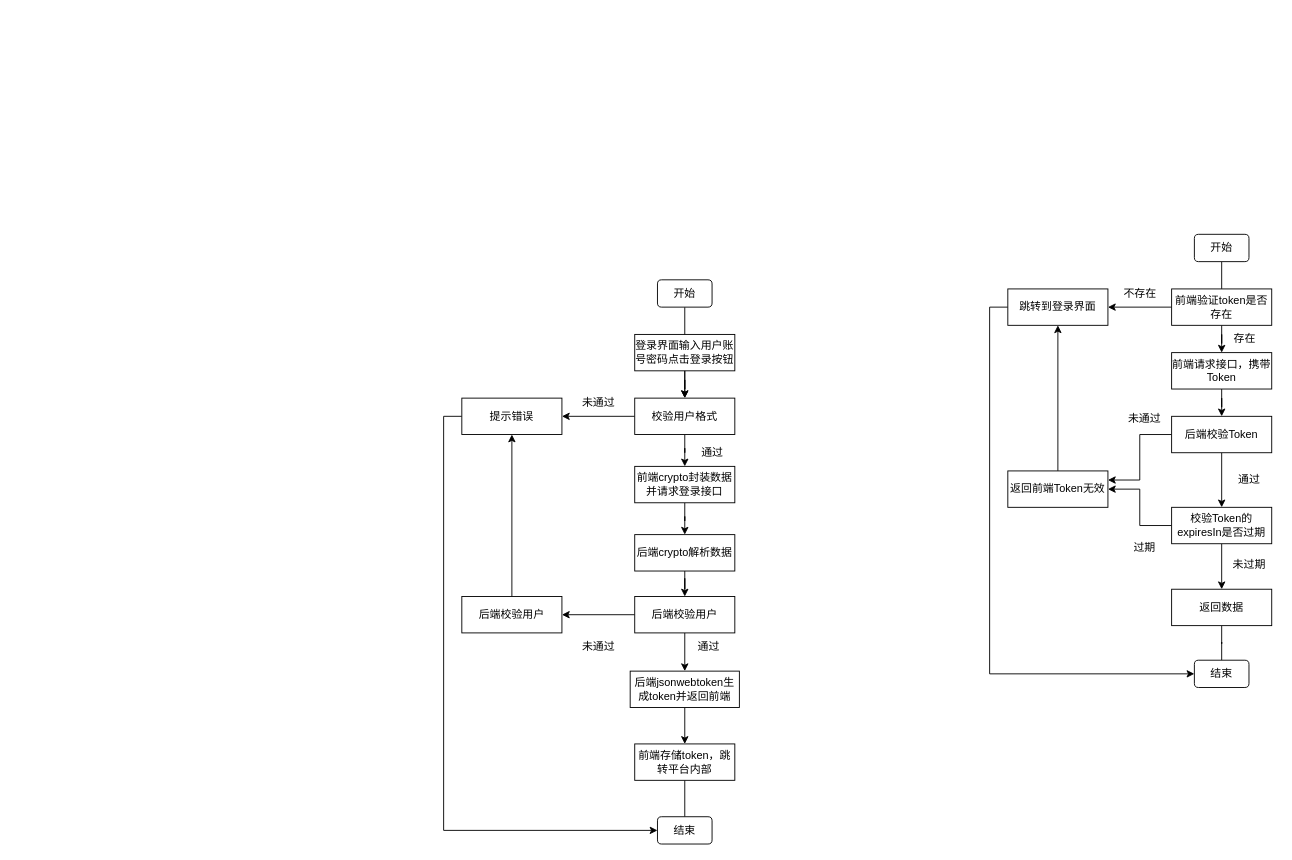
The draw.io diagram 主体管理模块.drawio in yuxinyu12345/diagrams, before the edit. Source tidied: cells renumbered, new cells numbered last; positions are measured from the earlier drawing's top-left corner, leaving out a move shared by most shapes. Both pictures are drawn from the tidied source at 91%, with x=0, y=0 at pixel (461, 234).
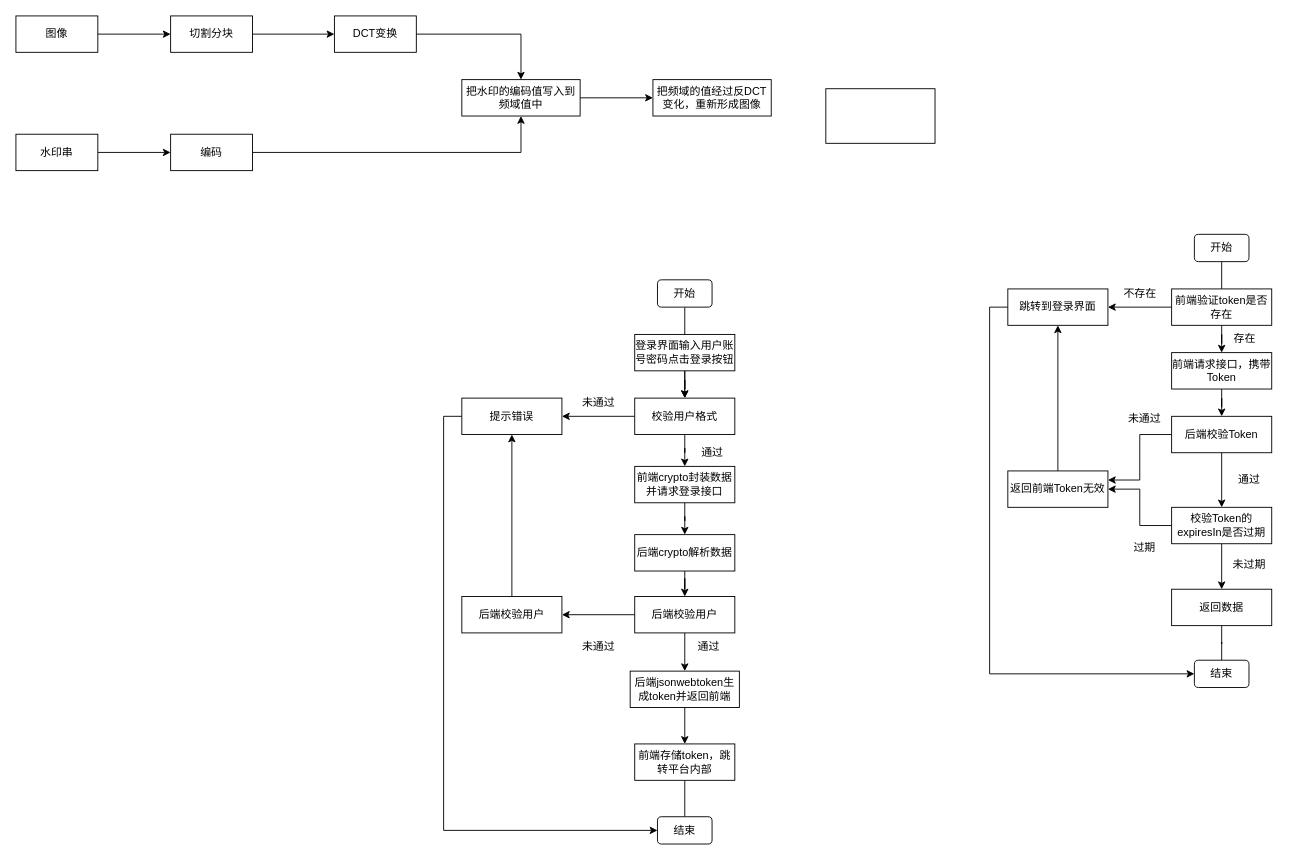
After the change.

Commit message:
更新主体管理模块.drawio

Diff of the diagram source:
```diff
@@
+    <mxCell id="55" style="edgeStyle=orthogonalEdgeStyle;rounded=0;jettySize=auto;html=1;" parent="1" edge="1" source="56" target="58">
+      <mxGeometry relative="1" as="geometry" />
+    </mxCell>
+    <mxCell id="56" value="图像" style="rounded=0;whiteSpace=wrap;html=1;" parent="1" vertex="1">
+      <mxGeometry x="-490" y="-240" width="90" height="40" as="geometry" />
+    </mxCell>
+    <mxCell id="57" style="edgeStyle=orthogonalEdgeStyle;rounded=0;jettySize=auto;html=1;entryX=0;entryY=0.5;entryDx=0;entryDy=0;" parent="1" edge="1" source="58" target="62">
+      <mxGeometry relative="1" as="geometry" />
+    </mxCell>
+    <mxCell id="58" value="切割分块" style="rounded=0;whiteSpace=wrap;html=1;" parent="1" vertex="1">
+      <mxGeometry x="-320" y="-240" width="90" height="40" as="geometry" />
+    </mxCell>
+    <mxCell id="59" style="edgeStyle=orthogonalEdgeStyle;rounded=0;jettySize=auto;html=1;entryX=0;entryY=0.5;entryDx=0;entryDy=0;" parent="1" edge="1" source="60" target="63">
+      <mxGeometry relative="1" as="geometry" />
+    </mxCell>
+    <mxCell id="60" value="水印串" style="rounded=0;whiteSpace=wrap;html=1;" parent="1" vertex="1">
+      <mxGeometry x="-490" y="-110" width="90" height="40" as="geometry" />
+    </mxCell>
+    <mxCell id="61" style="rounded=0;whiteSpace=wrap;html=1;" parent="1" vertex="1">
+      <mxGeometry x="400" y="-160" width="120" height="60" as="geometry" />
+    </mxCell>
+    <mxCell id="62" value="DCT变换" style="rounded=0;whiteSpace=wrap;html=1;" parent="1" vertex="1">
+      <mxGeometry x="-140" y="-240" width="90" height="40" as="geometry" />
+    </mxCell>
+    <mxCell id="63" value="编码" style="rounded=0;whiteSpace=wrap;html=1;" parent="1" vertex="1">
+      <mxGeometry x="-320" y="-110" width="90" height="40" as="geometry" />
+    </mxCell>
+    <mxCell id="64" style="endArrow=classic;html=1;rounded=0;exitX=1;exitY=0.5;exitDx=0;exitDy=0;entryX=0.5;entryY=0;entryDx=0;entryDy=0;" parent="1" edge="1" source="62" target="66">
+      <mxGeometry relative="1" as="geometry">
+        <Array as="points">
+          <mxPoint x="65" y="-220" />
+        </Array>
+      </mxGeometry>
+    </mxCell>
+    <mxCell id="65" style="edgeStyle=orthogonalEdgeStyle;rounded=0;jettySize=auto;html=1;" parent="1" edge="1" source="66" target="68">
+      <mxGeometry relative="1" as="geometry" />
+    </mxCell>
+    <mxCell id="66" value="把水印的编码值写入到频域值中" style="rounded=0;whiteSpace=wrap;html=1;" parent="1" vertex="1">
+      <mxGeometry y="-170" width="130" height="40" as="geometry" />
+    </mxCell>
+    <mxCell id="67" style="endArrow=classic;html=1;rounded=0;exitX=1;exitY=0.5;exitDx=0;exitDy=0;entryX=0.5;entryY=1;entryDx=0;entryDy=0;" parent="1" edge="1" source="63" target="66">
+      <mxGeometry relative="1" as="geometry">
+        <Array as="points">
+          <mxPoint x="65" y="-90" />
+        </Array>
+      </mxGeometry>
+    </mxCell>
+    <mxCell id="68" value="把频域的值经过反DCT变化，重新形成图像" style="rounded=0;whiteSpace=wrap;html=1;" parent="1" vertex="1">
+      <mxGeometry x="210" y="-170" width="130" height="40" as="geometry" />
+    </mxCell>
```
